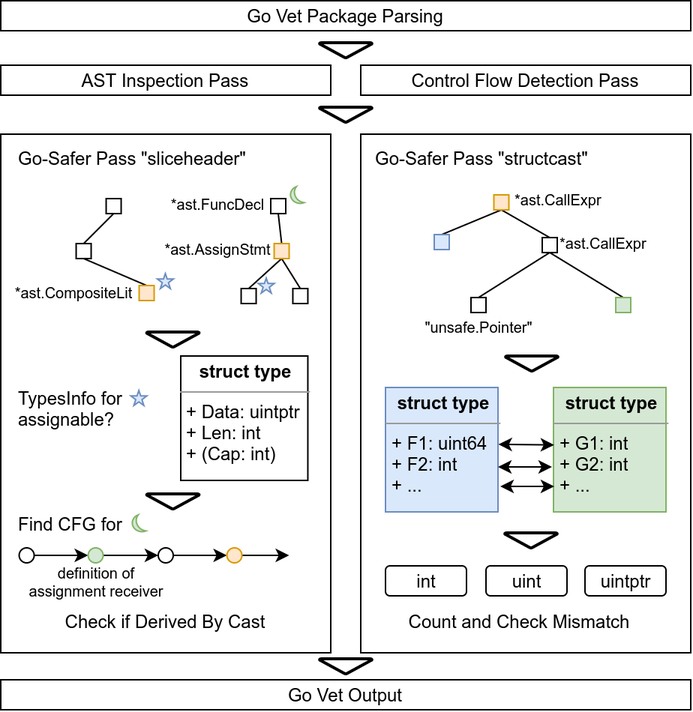
jlauinger/master-of-science keeps this draw.io diagram as thesis/assets/figures/go-safer-architecture.png. Above is the earlier version. Source tidied: cells renumbered, new cells last; positions are measured from the earlier drawing's top-left corner, leaving out a move shared by most shapes.
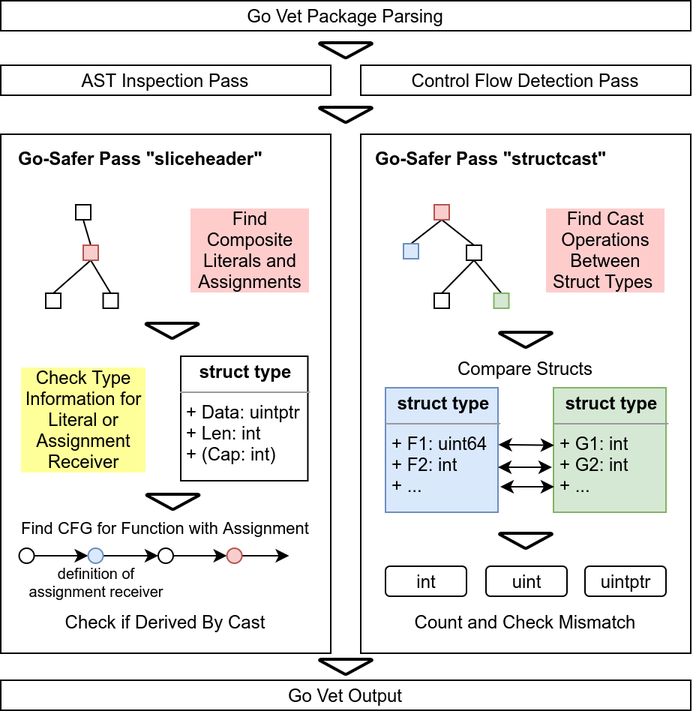
After the change.

Commit message:
paper: update go-safer design figure

What changed in the source:
```diff
@@ -14,30 +14,12 @@
     <mxCell id="5" value="Control Flow Detection Pass" style="rounded=0;whiteSpace=wrap;html=1;" parent="1" vertex="1">
       <mxGeometry x="240" y="43" width="220" height="20" as="geometry" />
     </mxCell>
-    <mxCell id="6" value="Go-Safer Pass &quot;sliceheader&quot;" style="text;html=1;strokeColor=none;fillColor=none;align=left;verticalAlign=bottom;whiteSpace=wrap;rounded=0;" parent="1" vertex="1">
+    <mxCell id="6" value="&lt;b&gt;Go-Safer Pass &quot;sliceheader&quot;&lt;/b&gt;" style="text;html=1;strokeColor=none;fillColor=none;align=left;verticalAlign=bottom;whiteSpace=wrap;rounded=0;" parent="1" vertex="1">
       <mxGeometry x="10" y="95" width="170" height="20" as="geometry" />
     </mxCell>
-    <mxCell id="7" style="edgeStyle=none;rounded=0;jettySize=auto;html=1;exitX=0.5;exitY=1;exitDx=0;exitDy=0;entryX=0.5;entryY=0;entryDx=0;entryDy=0;endArrow=none;endFill=0;" parent="1" edge="1" source="9" target="12">
-      <mxGeometry relative="1" as="geometry" />
-    </mxCell>
-    <mxCell id="8" style="edgeStyle=none;rounded=0;jettySize=auto;html=1;exitX=0.5;exitY=0;exitDx=0;exitDy=0;entryX=0.5;entryY=1;entryDx=0;entryDy=0;endArrow=none;endFill=0;" parent="1" edge="1" source="9" target="11">
-      <mxGeometry relative="1" as="geometry" />
-    </mxCell>
-    <mxCell id="9" style="rounded=0;whiteSpace=wrap;html=1;align=left;" parent="1" vertex="1">
-      <mxGeometry x="50.3" y="162" width="10" height="10" as="geometry" />
-    </mxCell>
     <mxCell id="10" style="rounded=0;whiteSpace=wrap;html=1;align=left;" parent="1" vertex="1">
-      <mxGeometry x="180" y="132" width="10" height="10" as="geometry" />
+      <mxGeometry x="50" y="136" width="10" height="10" as="geometry" />
     </mxCell>
-    <mxCell id="11" style="rounded=0;whiteSpace=wrap;html=1;align=left;" parent="1" vertex="1">
-      <mxGeometry x="70.3" y="132" width="10" height="10" as="geometry" />
-    </mxCell>
-    <mxCell id="12" style="rounded=0;whiteSpace=wrap;html=1;align=left;fillColor=#ffe6cc;strokeColor=#d79b00;gradientDirection=east;" parent="1" vertex="1">
-      <mxGeometry x="92.3" y="190" width="10" height="10" as="geometry" />
-    </mxCell>
-    <mxCell id="13" value="&lt;font style=&quot;font-size: 10px&quot;&gt;*ast.CompositeLit&lt;/font&gt;" style="text;html=1;strokeColor=none;fillColor=none;align=center;verticalAlign=middle;whiteSpace=wrap;rounded=0;labelBackgroundColor=none;" parent="1" vertex="1">
-      <mxGeometry x="30.3" y="192" width="38" height="3" as="geometry" />
-    </mxCell>
     <mxCell id="14" style="edgeStyle=none;rounded=0;jettySize=auto;html=1;exitX=0.5;exitY=0;exitDx=0;exitDy=0;entryX=0.5;entryY=1;entryDx=0;entryDy=0;endArrow=none;endFill=0;" parent="1" edge="1" source="17" target="10">
       <mxGeometry relative="1" as="geometry" />
     </mxCell>
@@ -47,48 +29,30 @@
     <mxCell id="16" style="edgeStyle=none;rounded=0;jettySize=auto;html=1;exitX=0.5;exitY=1;exitDx=0;exitDy=0;entryX=0.5;entryY=0;entryDx=0;entryDy=0;endArrow=none;endFill=0;" parent="1" edge="1" source="17" target="19">
       <mxGeometry relative="1" as="geometry" />
     </mxCell>
-    <mxCell id="17" style="rounded=0;whiteSpace=wrap;html=1;align=left;fillColor=#ffe6cc;strokeColor=#d79b00;" parent="1" vertex="1">
-      <mxGeometry x="182.3" y="162" width="10" height="10" as="geometry" />
+    <mxCell id="17" style="rounded=0;whiteSpace=wrap;html=1;align=left;fillColor=#f8cecc;strokeColor=#b85450;" parent="1" vertex="1">
+      <mxGeometry x="55" y="163" width="10" height="10" as="geometry" />
     </mxCell>
     <mxCell id="18" style="rounded=0;whiteSpace=wrap;html=1;align=left;" parent="1" vertex="1">
-      <mxGeometry x="194.7" y="192" width="10" height="10" as="geometry" />
+      <mxGeometry x="68.3" y="195" width="10" height="10" as="geometry" />
     </mxCell>
     <mxCell id="19" style="rounded=0;whiteSpace=wrap;html=1;align=left;" parent="1" vertex="1">
-      <mxGeometry x="160.3" y="192" width="10" height="10" as="geometry" />
+      <mxGeometry x="30" y="195" width="10" height="10" as="geometry" />
     </mxCell>
-    <mxCell id="20" value="&lt;font style=&quot;font-size: 10px&quot;&gt;*ast.AssignStmt&lt;/font&gt;" style="text;html=1;strokeColor=none;fillColor=none;align=center;verticalAlign=middle;whiteSpace=wrap;rounded=0;labelBackgroundColor=none;" parent="1" vertex="1">
-      <mxGeometry x="126.3" y="163" width="38" height="3" as="geometry" />
-    </mxCell>
-    <mxCell id="21" value="&lt;font style=&quot;font-size: 10px&quot;&gt;*ast.FuncDecl&lt;/font&gt;" style="text;html=1;strokeColor=none;fillColor=none;align=center;verticalAlign=middle;whiteSpace=wrap;rounded=0;labelBackgroundColor=none;" parent="1" vertex="1">
-      <mxGeometry x="126.3" y="133" width="38" height="3" as="geometry" />
-    </mxCell>
     <mxCell id="22" style="edgeStyle=none;rounded=0;orthogonalLoop=1;jettySize=auto;html=1;entryX=0.25;entryY=0;entryDx=0;entryDy=0;endArrow=none;endFill=0;" parent="1" edge="1" source="17" target="17">
       <mxGeometry relative="1" as="geometry" />
     </mxCell>
-    <mxCell id="23" value="&lt;p style=&quot;margin: 4px 0px 0px ; text-align: center&quot;&gt;&lt;b&gt;&lt;font style=&quot;font-size: 12px&quot;&gt;struct type&lt;/font&gt;&lt;/b&gt;&lt;/p&gt;&lt;hr size=&quot;1&quot;&gt;&lt;p style=&quot;margin: 0px 0px 0px 4px&quot;&gt;&lt;font style=&quot;font-size: 12px&quot;&gt;+ Data: uintptr&lt;/font&gt;&lt;/p&gt;&lt;p style=&quot;margin: 0px 0px 0px 4px&quot;&gt;&lt;font style=&quot;font-size: 12px&quot;&gt;+ Len: int&lt;/font&gt;&lt;/p&gt;&lt;p style=&quot;margin: 0px 0px 0px 4px&quot;&gt;&lt;font style=&quot;font-size: 12px&quot;&gt;+ (Cap: int)&lt;/font&gt;&lt;/p&gt;" style="verticalAlign=top;align=left;overflow=fill;fontSize=12;fontFamily=Helvetica;html=1;labelBackgroundColor=none;gradientColor=#DAE8FC;fillColor=none;strokeColor=#000000;" parent="1" vertex="1">
+    <mxCell id="23" value="&lt;p style=&quot;margin: 4px 0px 0px ; text-align: center&quot;&gt;&lt;b&gt;&lt;font style=&quot;font-size: 12px&quot;&gt;struct type&lt;/font&gt;&lt;/b&gt;&lt;/p&gt;&lt;hr size=&quot;1&quot;&gt;&lt;p style=&quot;margin: 0px 0px 0px 4px&quot;&gt;&lt;font style=&quot;font-size: 12px&quot;&gt;+ Data: uintptr&lt;/font&gt;&lt;/p&gt;&lt;p style=&quot;margin: 0px 0px 0px 4px&quot;&gt;&lt;font style=&quot;font-size: 12px&quot;&gt;+ Len: int&lt;/font&gt;&lt;/p&gt;&lt;p style=&quot;margin: 0px 0px 0px 4px&quot;&gt;&lt;font style=&quot;font-size: 12px&quot;&gt;+ (Cap: int)&lt;/font&gt;&lt;/p&gt;" style="verticalAlign=top;align=left;overflow=fill;fontSize=12;fontFamily=Helvetica;html=1;labelBackgroundColor=none;" parent="1" vertex="1">
       <mxGeometry x="120" y="237" width="84.7" height="83" as="geometry" />
     </mxCell>
-    <mxCell id="24" style="verticalLabelPosition=bottom;verticalAlign=top;html=1;shape=mxgraph.basic.star;labelBackgroundColor=none;strokeColor=#6c8ebf;fillColor=#dae8fc;align=left;" parent="1" vertex="1">
-      <mxGeometry x="104.5" y="182" width="10.5" height="10" as="geometry" />
-    </mxCell>
-    <mxCell id="25" style="verticalLabelPosition=bottom;verticalAlign=top;html=1;shape=mxgraph.basic.star;labelBackgroundColor=none;strokeColor=#6c8ebf;fillColor=#dae8fc;align=left;" parent="1" vertex="1">
-      <mxGeometry x="171.7" y="185" width="10.5" height="10" as="geometry" />
-    </mxCell>
-    <mxCell id="26" value="&lt;font style=&quot;font-size: 12px&quot;&gt;TypesInfo for&amp;nbsp; &amp;nbsp; &amp;nbsp;&amp;nbsp;&lt;br&gt;assignable?&lt;/font&gt;" style="text;html=1;strokeColor=none;fillColor=none;align=left;verticalAlign=middle;whiteSpace=wrap;rounded=0;labelBackgroundColor=none;" parent="1" vertex="1">
-      <mxGeometry x="10" y="262" width="110" height="20" as="geometry" />
+    <mxCell id="26" value="Check Type Information for Literal or Assignment Receiver" style="text;html=1;strokeColor=none;fillColor=none;align=center;verticalAlign=middle;whiteSpace=wrap;rounded=0;labelBackgroundColor=#FFFF99;" parent="1" vertex="1">
+      <mxGeometry x="13.4" y="242" width="84.5" height="73" as="geometry" />
     </mxCell>
-    <mxCell id="27" style="verticalLabelPosition=bottom;verticalAlign=top;html=1;shape=mxgraph.basic.star;labelBackgroundColor=none;strokeColor=#6c8ebf;fillColor=#dae8fc;align=left;" parent="1" vertex="1">
-      <mxGeometry x="86.8" y="260" width="10.5" height="10" as="geometry" />
-    </mxCell>
     <mxCell id="28" style="strokeWidth=2;html=1;shape=mxgraph.flowchart.merge_or_storage;whiteSpace=wrap;labelBackgroundColor=none;fillColor=none;gradientColor=none;align=left;" parent="1" vertex="1">
-      <mxGeometry x="97.3" y="221" width="35" height="10" as="geometry" />
+      <mxGeometry x="96.8" y="215" width="35" height="10" as="geometry" />
     </mxCell>
     <mxCell id="29" style="strokeWidth=2;html=1;shape=mxgraph.flowchart.merge_or_storage;whiteSpace=wrap;labelBackgroundColor=none;fillColor=none;gradientColor=none;align=left;" parent="1" vertex="1">
       <mxGeometry x="97.3" y="329" width="35" height="10" as="geometry" />
     </mxCell>
-    <mxCell id="30" style="verticalLabelPosition=bottom;verticalAlign=top;html=1;shape=mxgraph.basic.moon;labelBackgroundColor=none;strokeColor=#82b366;fillColor=#d5e8d4;align=left;" parent="1" vertex="1">
-      <mxGeometry x="192.3" y="124" width="10" height="12" as="geometry" />
-    </mxCell>
     <mxCell id="31" style="edgeStyle=orthogonalEdgeStyle;rounded=0;jettySize=auto;html=1;exitX=1;exitY=0.5;exitDx=0;exitDy=0;entryX=0;entryY=0.5;entryDx=0;entryDy=0;" parent="1" edge="1" source="32" target="34">
       <mxGeometry relative="1" as="geometry" />
     </mxCell>
@@ -98,7 +62,7 @@
     <mxCell id="33" style="edgeStyle=orthogonalEdgeStyle;rounded=0;jettySize=auto;html=1;exitX=1;exitY=0.5;exitDx=0;exitDy=0;entryX=0;entryY=0.5;entryDx=0;entryDy=0;" parent="1" edge="1" source="34" target="36">
       <mxGeometry relative="1" as="geometry" />
     </mxCell>
-    <mxCell id="34" style="ellipse;whiteSpace=wrap;html=1;labelBackgroundColor=none;strokeColor=#82b366;fillColor=#d5e8d4;align=left;" parent="1" vertex="1">
+    <mxCell id="34" style="ellipse;whiteSpace=wrap;html=1;labelBackgroundColor=none;strokeColor=#6c8ebf;fillColor=#dae8fc;align=left;" parent="1" vertex="1">
       <mxGeometry x="58.3" y="365" width="10" height="10" as="geometry" />
     </mxCell>
     <mxCell id="35" style="edgeStyle=orthogonalEdgeStyle;rounded=0;jettySize=auto;html=1;exitX=1;exitY=0.5;exitDx=0;exitDy=0;entryX=0;entryY=0.5;entryDx=0;entryDy=0;" parent="1" edge="1" source="36" target="38">
@@ -112,14 +76,11 @@
         <mxPoint x="192.3" y="370" as="targetPoint" />
       </mxGeometry>
     </mxCell>
-    <mxCell id="38" style="ellipse;whiteSpace=wrap;html=1;labelBackgroundColor=none;strokeColor=#d79b00;fillColor=#ffe6cc;align=left;" parent="1" vertex="1">
+    <mxCell id="38" style="ellipse;whiteSpace=wrap;html=1;labelBackgroundColor=none;strokeColor=#b85450;fillColor=#f8cecc;align=left;" parent="1" vertex="1">
       <mxGeometry x="150.8" y="365" width="10" height="10" as="geometry" />
     </mxCell>
-    <mxCell id="39" style="verticalLabelPosition=bottom;verticalAlign=top;html=1;shape=mxgraph.basic.moon;labelBackgroundColor=none;strokeColor=#82b366;fillColor=#d5e8d4;align=left;" parent="1" vertex="1">
-      <mxGeometry x="86.8" y="343" width="10" height="12" as="geometry" />
-    </mxCell>
-    <mxCell id="40" value="&lt;div&gt;&lt;span&gt;Find CFG for&amp;nbsp;&lt;/span&gt;&lt;/div&gt;" style="text;html=1;strokeColor=none;fillColor=none;align=left;verticalAlign=middle;whiteSpace=wrap;rounded=0;labelBackgroundColor=none;" parent="1" vertex="1">
-      <mxGeometry x="10" y="339" width="100" height="20" as="geometry" />
+    <mxCell id="40" value="&lt;div&gt;&lt;span&gt;&lt;font style=&quot;font-size: 11px&quot;&gt;Find CFG for Function with Assignment&lt;/font&gt;&lt;/span&gt;&lt;/div&gt;" style="text;html=1;strokeColor=none;fillColor=none;align=center;verticalAlign=middle;whiteSpace=wrap;rounded=0;labelBackgroundColor=none;" parent="1" vertex="1">
+      <mxGeometry x="-0.3" y="341" width="220" height="20" as="geometry" />
     </mxCell>
     <mxCell id="41" value="&lt;div style=&quot;text-align: center ; font-size: 10px&quot;&gt;&lt;font face=&quot;helvetica&quot;&gt;definition of assignment receiver&lt;/font&gt;&lt;/div&gt;" style="text;whiteSpace=wrap;html=1;" parent="1" vertex="1">
       <mxGeometry x="13.4" y="370" width="99.7" height="30" as="geometry" />
@@ -139,7 +100,7 @@
     <mxCell id="46" style="rounded=0;whiteSpace=wrap;html=1;" parent="1" vertex="1">
       <mxGeometry x="240" y="89" width="220" height="346" as="geometry" />
     </mxCell>
-    <mxCell id="47" value="Go-Safer Pass &quot;structcast&quot;" style="text;html=1;strokeColor=none;fillColor=none;align=left;verticalAlign=bottom;whiteSpace=wrap;rounded=0;" parent="1" vertex="1">
+    <mxCell id="47" value="&lt;b&gt;&lt;font style=&quot;font-size: 12px&quot;&gt;Go-Safer Pass &quot;structcast&quot;&lt;/font&gt;&lt;/b&gt;" style="text;html=1;strokeColor=none;fillColor=none;align=left;verticalAlign=bottom;whiteSpace=wrap;rounded=0;" parent="1" vertex="1">
       <mxGeometry x="247.5" y="95" width="172.5" height="20" as="geometry" />
     </mxCell>
     <mxCell id="48" style="edgeStyle=none;rounded=0;jettySize=auto;html=1;exitX=0.5;exitY=1;exitDx=0;exitDy=0;entryX=0.5;entryY=0;entryDx=0;entryDy=0;endArrow=none;endFill=0;" parent="1" edge="1" source="50" target="57">
@@ -149,7 +110,7 @@
       <mxGeometry relative="1" as="geometry" />
     </mxCell>
     <mxCell id="50" style="rounded=0;whiteSpace=wrap;html=1;labelBackgroundColor=none;strokeColor=#000000;fillColor=none;gradientColor=none;align=left;" parent="1" vertex="1">
-      <mxGeometry x="361" y="158" width="10" height="10" as="geometry" />
+      <mxGeometry x="310.5" y="163" width="10" height="10" as="geometry" />
     </mxCell>
     <mxCell id="51" style="edgeStyle=none;rounded=0;jettySize=auto;html=1;exitX=0.5;exitY=1;exitDx=0;exitDy=0;entryX=0.5;entryY=0;entryDx=0;entryDy=0;endArrow=none;endFill=0;" parent="1" edge="1" source="53" target="56">
       <mxGeometry relative="1" as="geometry" />
@@ -157,29 +118,20 @@
     <mxCell id="52" style="edgeStyle=none;rounded=0;jettySize=auto;html=1;exitX=0.5;exitY=1;exitDx=0;exitDy=0;entryX=0.5;entryY=0;entryDx=0;entryDy=0;endArrow=none;endFill=0;" parent="1" edge="1" source="53" target="50">
       <mxGeometry relative="1" as="geometry" />
     </mxCell>
-    <mxCell id="53" style="rounded=0;whiteSpace=wrap;html=1;labelBackgroundColor=none;strokeColor=#d79b00;fillColor=#ffe6cc;align=left;" parent="1" vertex="1">
-      <mxGeometry x="328.8" y="129.5" width="10" height="10" as="geometry" />
+    <mxCell id="53" style="rounded=0;whiteSpace=wrap;html=1;labelBackgroundColor=none;strokeColor=#b85450;fillColor=#f8cecc;align=left;" parent="1" vertex="1">
+      <mxGeometry x="289" y="136" width="10" height="10" as="geometry" />
     </mxCell>
-    <mxCell id="54" value="&lt;font style=&quot;font-size: 10px&quot;&gt;*ast.CallExpr&lt;/font&gt;" style="text;html=1;strokeColor=none;fillColor=none;align=left;verticalAlign=middle;whiteSpace=wrap;rounded=0;labelBackgroundColor=none;" parent="1" vertex="1">
-      <mxGeometry x="341" y="122" width="40" height="20" as="geometry" />
-    </mxCell>
-    <mxCell id="55" value="&lt;font style=&quot;font-size: 10px&quot;&gt;*ast.CallExpr&lt;/font&gt;" style="text;html=1;strokeColor=none;fillColor=none;align=left;verticalAlign=middle;whiteSpace=wrap;rounded=0;labelBackgroundColor=none;" parent="1" vertex="1">
-      <mxGeometry x="371" y="151" width="40" height="20" as="geometry" />
-    </mxCell>
     <mxCell id="56" style="rounded=0;whiteSpace=wrap;html=1;labelBackgroundColor=none;strokeColor=#6c8ebf;fillColor=#dae8fc;align=left;" parent="1" vertex="1">
-      <mxGeometry x="289" y="156" width="10" height="10" as="geometry" />
+      <mxGeometry x="268.5" y="162" width="10" height="10" as="geometry" />
     </mxCell>
     <mxCell id="57" style="rounded=0;whiteSpace=wrap;html=1;labelBackgroundColor=none;strokeColor=#000000;fillColor=none;gradientColor=none;align=left;" parent="1" vertex="1">
-      <mxGeometry x="313.5" y="198" width="10" height="10" as="geometry" />
+      <mxGeometry x="289" y="195" width="10" height="10" as="geometry" />
     </mxCell>
     <mxCell id="58" style="rounded=0;whiteSpace=wrap;html=1;labelBackgroundColor=none;strokeColor=#82b366;fillColor=#d5e8d4;align=left;" parent="1" vertex="1">
-      <mxGeometry x="410" y="198" width="10" height="10" as="geometry" />
+      <mxGeometry x="328.8" y="195" width="10" height="10" as="geometry" />
     </mxCell>
-    <mxCell id="59" value="&lt;font style=&quot;font-size: 10px&quot;&gt;&quot;unsafe.Pointer&quot;&lt;/font&gt;" style="text;html=1;strokeColor=none;fillColor=none;align=center;verticalAlign=middle;whiteSpace=wrap;rounded=0;labelBackgroundColor=none;" parent="1" vertex="1">
-      <mxGeometry x="297" y="213" width="44" height="8" as="geometry" />
-    </mxCell>
     <mxCell id="60" style="strokeWidth=2;html=1;shape=mxgraph.flowchart.merge_or_storage;whiteSpace=wrap;labelBackgroundColor=none;fillColor=none;gradientColor=none;align=left;" parent="1" vertex="1">
-      <mxGeometry x="336.5" y="237" width="35" height="10" as="geometry" />
+      <mxGeometry x="332.5" y="221" width="35" height="10" as="geometry" />
     </mxCell>
     <mxCell id="61" value="&lt;p style=&quot;margin: 4px 0px 0px ; text-align: center&quot;&gt;&lt;b&gt;&lt;font style=&quot;font-size: 12px&quot;&gt;struct type&lt;/font&gt;&lt;/b&gt;&lt;/p&gt;&lt;hr size=&quot;1&quot;&gt;&lt;p style=&quot;margin: 0px 0px 0px 4px&quot;&gt;&lt;font style=&quot;font-size: 12px&quot;&gt;+ F1: uint64&lt;/font&gt;&lt;/p&gt;&lt;p style=&quot;margin: 0px 0px 0px 4px&quot;&gt;&lt;font style=&quot;font-size: 12px&quot;&gt;+ F2: int&lt;/font&gt;&lt;/p&gt;&lt;p style=&quot;margin: 0px 0px 0px 4px&quot;&gt;&lt;font style=&quot;font-size: 12px&quot;&gt;+ ...&lt;/font&gt;&lt;/p&gt;" style="verticalAlign=top;align=left;overflow=fill;fontSize=12;fontFamily=Helvetica;html=1;labelBackgroundColor=none;fillColor=#dae8fc;strokeColor=#6c8ebf;" parent="1" vertex="1">
       <mxGeometry x="256.5" y="258" width="75" height="83" as="geometry" />
@@ -206,13 +158,13 @@
       </mxGeometry>
     </mxCell>
     <mxCell id="66" style="strokeWidth=2;html=1;shape=mxgraph.flowchart.merge_or_storage;whiteSpace=wrap;labelBackgroundColor=none;fillColor=none;gradientColor=none;align=left;" parent="1" vertex="1">
-      <mxGeometry x="336" y="355" width="35" height="10" as="geometry" />
+      <mxGeometry x="332.5" y="355" width="35" height="10" as="geometry" />
     </mxCell>
     <mxCell id="67" value="&lt;font style=&quot;font-size: 12px&quot;&gt;int&lt;/font&gt;" style="rounded=1;whiteSpace=wrap;html=1;labelBackgroundColor=none;strokeColor=#000000;fillColor=none;gradientColor=none;align=center;verticalAlign=bottom;" parent="1" vertex="1">
       <mxGeometry x="256.5" y="377" width="54" height="20" as="geometry" />
     </mxCell>
     <mxCell id="68" value="&lt;font style=&quot;font-size: 12px&quot;&gt;Count and Check Mismatch&lt;/font&gt;" style="text;html=1;strokeColor=none;fillColor=none;align=center;verticalAlign=middle;whiteSpace=wrap;rounded=0;labelBackgroundColor=none;" parent="1" vertex="1">
-      <mxGeometry x="256" y="404" width="180" height="20" as="geometry" />
+      <mxGeometry x="240" y="404" width="220" height="20" as="geometry" />
     </mxCell>
     <mxCell id="69" value="&lt;font style=&quot;font-size: 12px&quot;&gt;uintptr&lt;/font&gt;" style="rounded=1;whiteSpace=wrap;html=1;labelBackgroundColor=none;strokeColor=#000000;fillColor=none;gradientColor=none;align=center;verticalAlign=bottom;" parent="1" vertex="1">
       <mxGeometry x="389.5" y="377" width="54" height="20" as="geometry" />
@@ -223,5 +175,14 @@
     <mxCell id="71" value="&lt;font style=&quot;font-size: 12px&quot;&gt;Check if Derived By Cast&lt;/font&gt;" style="text;html=1;strokeColor=none;fillColor=none;align=center;verticalAlign=middle;whiteSpace=wrap;rounded=0;labelBackgroundColor=none;" parent="1" vertex="1">
       <mxGeometry x="19.7" y="404" width="180" height="20" as="geometry" />
     </mxCell>
+    <mxCell id="72" value="&lt;font style=&quot;font-size: 12px&quot;&gt;Compare Structs&lt;/font&gt;" style="text;html=1;strokeColor=none;fillColor=none;align=center;verticalAlign=middle;whiteSpace=wrap;rounded=0;labelBackgroundColor=none;" parent="1" vertex="1">
+      <mxGeometry x="240" y="235" width="220" height="20" as="geometry" />
+    </mxCell>
+    <mxCell id="73" value="Find Cast Operations Between Struct Types&amp;nbsp;" style="text;html=1;strokeColor=none;fillColor=none;align=center;verticalAlign=middle;whiteSpace=wrap;rounded=0;labelBackgroundColor=#FFCCCC;" parent="1" vertex="1">
+      <mxGeometry x="362.5" y="132" width="81" height="67" as="geometry" />
+    </mxCell>
+    <mxCell id="74" value="Find Composite Literals and Assignments" style="text;html=1;strokeColor=none;fillColor=none;align=center;verticalAlign=middle;whiteSpace=wrap;rounded=0;labelBackgroundColor=#FFCCCC;" parent="1" vertex="1">
+      <mxGeometry x="125.5" y="132" width="81" height="67" as="geometry" />
+    </mxCell>
   </root>
 </mxGraphModel>
```
